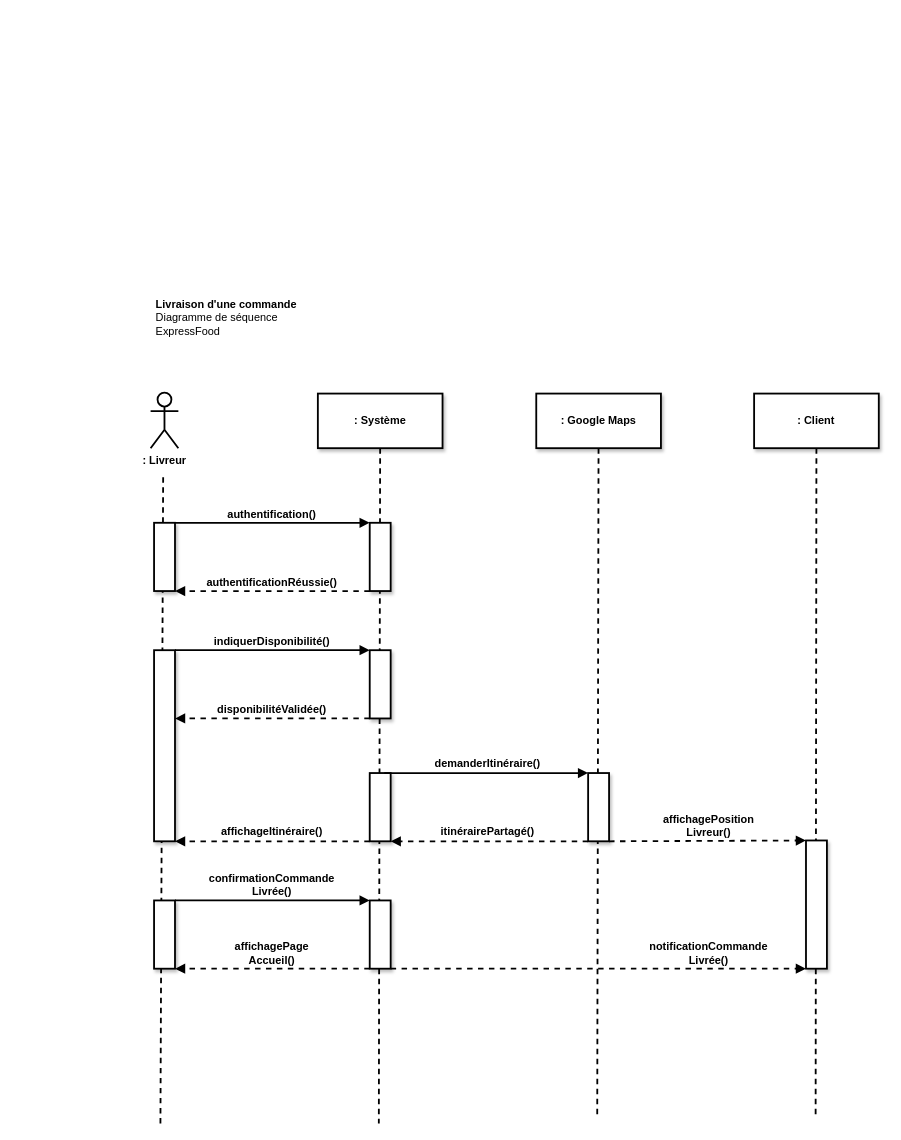
FlorianJourde/OpenClassrooms-3-Design-the-technical-solution-for-an-online-restaurant-application-ExpressFood keeps this draw.io diagram as page "Diagramme de séquence - Création d'une commande" (7 of 7) of P4_jourde_florian/P4_01_schémaUML/ExpressFood - Domain Driven Design.drawio. Above is the earlier version. Source tidied: cells renumbered, new cells numbered last; positions are measured from the earlier drawing's top-left corner, leaving out a move shared by most shapes. Both pictures are drawn from the tidied source at 91%, with x=0, y=0 at pixel (150, 295).
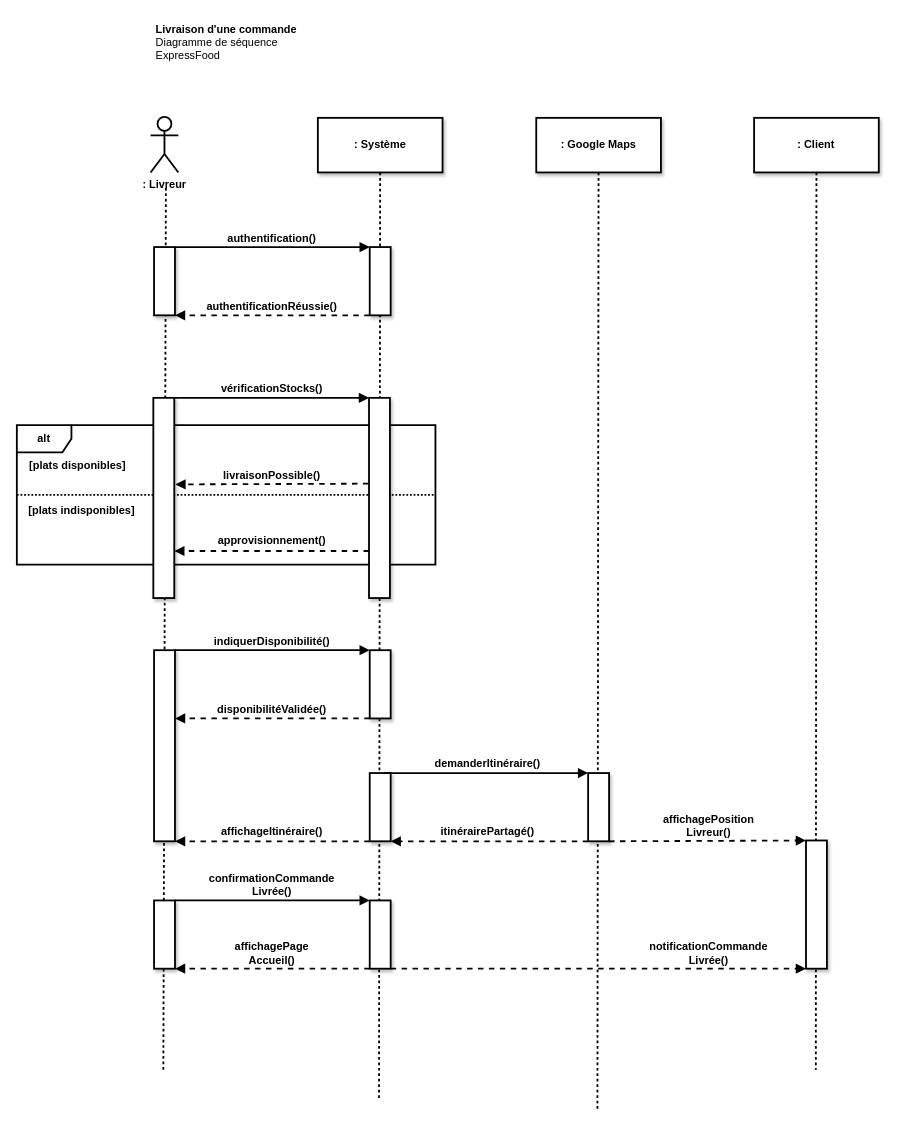
The same diagram, later.

Diff of the diagram source:
```diff
@@
+    <mxCell id="42" style="group;" parent="1" vertex="1">
+      <mxGeometry x="-147" y="142.7" width="460" height="153.3" as="geometry" />
+    </mxCell>
+    <mxCell id="43" value="&lt;b&gt;alt&lt;/b&gt;" style="shape=umlFrame;whiteSpace=wrap;html=1;strokeWidth=2;fillColor=none;" parent="42" vertex="1">
+      <mxGeometry width="460" height="153.3" as="geometry" />
+    </mxCell>
+    <mxCell id="44" style="line;strokeWidth=2;fillColor=none;align=left;verticalAlign=middle;spacingTop=-1;spacingLeft=3;spacingRight=3;labelPosition=right;dashed=1;dashPattern=1 1;" parent="42" vertex="1">
+      <mxGeometry y="73.1" width="460" height="7.2" as="geometry" />
+    </mxCell>
-    <mxCell id="2" style="html=1;jettySize=18;whiteSpace=wrap;fontSize=12;dashed=1;fixDash=1;dashPattern=6 5;strokeWidth=2;arcSize=12;startArrow=none;endArrow=none;rounded=0;" parent="1" edge="1" source="6">
+    <mxCell id="2" style="html=1;jettySize=18;whiteSpace=wrap;fontSize=12;dashed=1;fixDash=1;strokeWidth=2;arcSize=12;startArrow=none;endArrow=none;rounded=0;" parent="1" edge="1" source="6">
       <mxGeometry relative="1" as="geometry">
-        <mxPoint x="250.8" y="910" as="targetPoint" />
+        <mxPoint x="251" y="882" as="targetPoint" />
       </mxGeometry>
     </mxCell>
-    <mxCell id="3" style="html=1;jettySize=18;whiteSpace=wrap;fontSize=12;dashed=1;fixDash=1;dashPattern=6 5;strokeWidth=2;arcSize=12;startArrow=none;endArrow=none;rounded=0;" parent="1" edge="1">
+    <mxCell id="3" style="html=1;jettySize=18;whiteSpace=wrap;fontSize=12;dashed=1;fixDash=1;strokeWidth=2;arcSize=12;startArrow=none;endArrow=none;rounded=0;" parent="1" edge="1">
       <mxGeometry relative="1" as="geometry">
-        <mxPoint x="13.8" y="200" as="sourcePoint" />
-        <mxPoint x="10.8" y="910" as="targetPoint" />
+        <mxPoint x="16.8" y="-118" as="sourcePoint" />
+        <mxPoint x="14" y="851" as="targetPoint" />
       </mxGeometry>
     </mxCell>
-    <mxCell id="4" style="html=1;jettySize=18;whiteSpace=wrap;fontSize=12;dashed=1;fixDash=1;dashPattern=6 5;strokeWidth=2;rounded=1;arcSize=12;startArrow=none;endArrow=none;" parent="1" edge="1" source="10">
+    <mxCell id="4" style="html=1;jettySize=18;whiteSpace=wrap;fontSize=12;dashed=1;fixDash=1;strokeWidth=2;rounded=1;arcSize=12;startArrow=none;endArrow=none;" parent="1" edge="1" source="10">
       <mxGeometry relative="1" as="geometry">
-        <mxPoint x="490.8" y="900" as="targetPoint" />
+        <mxPoint x="491" y="896" as="targetPoint" />
       </mxGeometry>
     </mxCell>
-    <mxCell id="5" style="html=1;jettySize=18;whiteSpace=wrap;fontSize=12;dashed=1;fixDash=1;dashPattern=6 5;strokeWidth=2;rounded=1;arcSize=12;startArrow=none;endArrow=none;" parent="1" edge="1" source="12">
+    <mxCell id="5" style="html=1;jettySize=18;whiteSpace=wrap;fontSize=12;dashed=1;fixDash=1;strokeWidth=2;rounded=1;arcSize=12;startArrow=none;endArrow=none;" parent="1" edge="1" source="12">
       <mxGeometry relative="1" as="geometry">
-        <mxPoint x="730.8" y="900" as="targetPoint" />
+        <mxPoint x="731" y="851" as="targetPoint" />
       </mxGeometry>
     </mxCell>
     <mxCell id="6" value=": Système" style="html=1;overflow=block;blockSpacing=1;whiteSpace=wrap;fontSize=12;spacing=20;strokeOpacity=100;fillOpacity=100;rounded=0;absoluteArcSize=1;arcSize=9;strokeWidth=2;shadow=1;fontStyle=1;spacingTop=0;align=center;verticalAlign=middle;" parent="1" vertex="1">
-      <mxGeometry x="183.8" y="108" width="137" height="60" as="geometry" />
+      <mxGeometry x="183.8" y="-195" width="137" height="60" as="geometry" />
     </mxCell>
@@
     <mxCell id="10" value=": Google Maps" style="html=1;overflow=block;blockSpacing=1;whiteSpace=wrap;fontSize=12;spacing=20;strokeOpacity=100;fillOpacity=100;rounded=0;absoluteArcSize=1;arcSize=9;strokeWidth=2;shadow=1;fontStyle=1;spacingTop=0;align=center;verticalAlign=middle;" parent="1" vertex="1">
-      <mxGeometry x="423.8" y="108" width="137" height="60" as="geometry" />
+      <mxGeometry x="423.8" y="-195" width="137" height="60" as="geometry" />
     </mxCell>
     <mxCell id="11" value="&lt;b&gt;: Livreur&lt;/b&gt;" style="shape=umlActor;verticalLabelPosition=bottom;verticalAlign=top;html=1;strokeWidth=2;" parent="1" vertex="1">
-      <mxGeometry y="107" width="30.5" height="61" as="geometry" />
+      <mxGeometry y="-196" width="30.5" height="61" as="geometry" />
     </mxCell>
     <mxCell id="12" value=": Client" style="html=1;overflow=block;blockSpacing=1;whiteSpace=wrap;fontSize=12;spacing=20;strokeOpacity=100;fillOpacity=100;rounded=0;absoluteArcSize=1;arcSize=9;strokeWidth=2;shadow=1;fontStyle=1;spacingTop=0;align=center;verticalAlign=middle;" parent="1" vertex="1">
-      <mxGeometry x="663.2" y="108" width="137" height="60" as="geometry" />
+      <mxGeometry x="663.2" y="-195" width="137" height="60" as="geometry" />
     </mxCell>
@@
     <mxCell id="16" style="html=1;overflow=block;blockSpacing=1;whiteSpace=wrap;fontSize=12;spacing=9;strokeOpacity=100;fillOpacity=100;rounded=0;absoluteArcSize=1;arcSize=9;strokeWidth=2;shadow=1;" parent="1" vertex="1">
-      <mxGeometry x="3.8" y="250" width="23" height="75" as="geometry" />
+      <mxGeometry x="3.8" y="-53" width="23" height="75" as="geometry" />
     </mxCell>
     <mxCell id="17" style="html=1;jettySize=18;whiteSpace=wrap;fontSize=12;strokeWidth=2;arcSize=12;edgeStyle=orthogonalEdgeStyle;startArrow=none;endArrow=block;endFill=1;entryX=0;entryY=0;entryDx=0;entryDy=0;exitX=1;exitY=0;exitDx=0;exitDy=0;rounded=0;" parent="1" edge="1" source="16" target="19">
       <mxGeometry relative="1" as="geometry">
         <Array as="points">
-          <mxPoint x="103.8" y="250" />
-          <mxPoint x="103.8" y="250" />
+          <mxPoint x="103.8" y="-53" />
+          <mxPoint x="103.8" y="-53" />
         </Array>
       </mxGeometry>
     </mxCell>
     <mxCell id="18" value="authentification()" style="html=1;overflow=block;blockSpacing=1;whiteSpace=wrap;fontSize=12;align=center;spacing=3.8;verticalAlign=bottom;strokeOpacity=0;fillOpacity=0;rounded=1;absoluteArcSize=1;arcSize=9;strokeWidth=2;fontStyle=1;" parent="1" vertex="1">
-      <mxGeometry x="49.3" y="225" width="169" height="25" as="geometry" />
+      <mxGeometry x="49.3" y="-78" width="169" height="25" as="geometry" />
     </mxCell>
     <mxCell id="19" style="html=1;overflow=block;blockSpacing=1;whiteSpace=wrap;fontSize=12;spacing=9;strokeOpacity=100;fillOpacity=100;rounded=0;absoluteArcSize=1;arcSize=9;strokeWidth=2;shadow=1;" parent="1" vertex="1">
-      <mxGeometry x="240.8" y="250" width="23" height="75" as="geometry" />
+      <mxGeometry x="240.8" y="-53" width="23" height="75" as="geometry" />
     </mxCell>
     <mxCell id="20" style="html=1;jettySize=18;whiteSpace=wrap;fontSize=12;strokeWidth=2;arcSize=12;edgeStyle=orthogonalEdgeStyle;startArrow=none;endArrow=block;endFill=1;exitX=0;exitY=1;exitDx=0;exitDy=0;dashed=1;entryX=1;entryY=1;entryDx=0;entryDy=0;rounded=0;" parent="1" edge="1" source="19" target="16">
       <mxGeometry relative="1" as="geometry">
         <Array as="points">
-          <mxPoint x="123.8" y="325" />
-          <mxPoint x="123.8" y="325" />
+          <mxPoint x="123.8" y="22" />
+          <mxPoint x="123.8" y="22" />
         </Array>
       </mxGeometry>
     </mxCell>
     <mxCell id="21" value="authentificationRéussie()" style="html=1;overflow=block;blockSpacing=1;whiteSpace=wrap;fontSize=12;align=center;spacing=3.8;verticalAlign=bottom;strokeOpacity=0;fillOpacity=0;rounded=1;absoluteArcSize=1;arcSize=9;strokeWidth=2;fontStyle=1;" parent="1" vertex="1">
-      <mxGeometry x="49.3" y="300" width="169" height="25" as="geometry" />
+      <mxGeometry x="49.3" y="-3" width="169" height="25" as="geometry" />
     </mxCell>
     <mxCell id="22" value="&lt;b&gt;Livraison d'une commande&lt;/b&gt;&lt;br&gt;Diagramme de séquence&lt;br&gt;ExpressFood" style="text;strokeColor=none;fillColor=none;align=left;verticalAlign=middle;spacingLeft=4;spacingRight=4;overflow=hidden;shadow=1;labelBackgroundColor=none;labelBorderColor=none;fontSize=12;fontColor=#000000;html=1;" parent="1" vertex="1">
-      <mxGeometry width="180" height="50" as="geometry" />
+      <mxGeometry y="-303" width="180" height="50" as="geometry" />
     </mxCell>
@@
+    <mxCell id="45" style="html=1;jettySize=18;whiteSpace=wrap;fontSize=12;strokeWidth=2;arcSize=12;startArrow=none;endArrow=block;endFill=1;dashed=1;entryX=1;entryY=0.75;entryDx=0;entryDy=0;rounded=0;exitX=0;exitY=0.75;exitDx=0;exitDy=0;" parent="1" edge="1">
+      <mxGeometry relative="1" as="geometry">
+        <mxPoint x="240" y="281" as="sourcePoint" />
+        <mxPoint x="26" y="281" as="targetPoint" />
+      </mxGeometry>
+    </mxCell>
+    <mxCell id="46" style="html=1;overflow=block;blockSpacing=1;whiteSpace=wrap;fontSize=12;spacing=9;strokeOpacity=100;fillOpacity=100;rounded=0;absoluteArcSize=1;arcSize=9;strokeWidth=2;shadow=1;" parent="1" vertex="1">
+      <mxGeometry x="3" y="112.7" width="23" height="220" as="geometry" />
+    </mxCell>
+    <mxCell id="47" style="html=1;overflow=block;blockSpacing=1;whiteSpace=wrap;fontSize=12;spacing=9;strokeOpacity=100;fillOpacity=100;rounded=0;absoluteArcSize=1;arcSize=9;strokeWidth=2;shadow=1;" parent="1" vertex="1">
+      <mxGeometry x="240" y="112.7" width="23" height="220" as="geometry" />
+    </mxCell>
+    <mxCell id="48" style="html=1;jettySize=18;whiteSpace=wrap;fontSize=12;strokeWidth=2;arcSize=12;startArrow=none;endArrow=block;endFill=1;entryX=0;entryY=0;entryDx=0;entryDy=0;exitX=1;exitY=0;exitDx=0;exitDy=0;rounded=0;" parent="1" edge="1" source="46" target="47">
+      <mxGeometry relative="1" as="geometry" />
+    </mxCell>
+    <mxCell id="49" value="vérificationStocks()" style="html=1;overflow=block;blockSpacing=1;whiteSpace=wrap;fontSize=12;align=center;spacing=3.8;verticalAlign=bottom;strokeOpacity=0;fillOpacity=0;rounded=1;absoluteArcSize=1;arcSize=9;strokeWidth=2;fontStyle=1;" parent="1" vertex="1">
+      <mxGeometry x="48.5" y="87" width="169" height="25" as="geometry" />
+    </mxCell>
+    <mxCell id="50" style="html=1;jettySize=18;whiteSpace=wrap;fontSize=12;strokeWidth=2;arcSize=12;startArrow=none;endArrow=block;endFill=1;dashed=1;rounded=0;entryX=1.056;entryY=0.414;entryDx=0;entryDy=0;entryPerimeter=0;exitX=-0.029;exitY=0.474;exitDx=0;exitDy=0;exitPerimeter=0;" parent="1" edge="1">
+      <mxGeometry relative="1" as="geometry">
+        <mxPoint x="239.3" y="207" as="sourcePoint" />
+        <mxPoint x="27.3" y="207.8" as="targetPoint" />
+      </mxGeometry>
+    </mxCell>
+    <mxCell id="51" value="[plats indisponibles]" style="html=1;overflow=block;blockSpacing=1;whiteSpace=wrap;fontSize=12;align=center;spacing=3.8;verticalAlign=bottom;strokeOpacity=0;fillOpacity=0;rounded=1;absoluteArcSize=1;arcSize=9;strokeWidth=2;fontStyle=1;" parent="1" vertex="1">
+      <mxGeometry x="-137" y="221.5" width="123" height="24.2" as="geometry" />
+    </mxCell>
+    <mxCell id="52" value="[plats disponibles]" style="html=1;overflow=block;blockSpacing=1;whiteSpace=wrap;fontSize=12;align=center;spacing=3.8;verticalAlign=bottom;strokeOpacity=0;fillOpacity=0;rounded=1;absoluteArcSize=1;arcSize=9;strokeWidth=2;fontStyle=1;" parent="1" vertex="1">
+      <mxGeometry x="-137" y="171.7" width="114" height="24.2" as="geometry" />
+    </mxCell>
+    <mxCell id="53" value="approvisionnement()" style="html=1;overflow=block;blockSpacing=1;whiteSpace=wrap;fontSize=12;align=center;spacing=3.8;verticalAlign=bottom;strokeOpacity=0;fillOpacity=0;rounded=1;absoluteArcSize=1;arcSize=9;strokeWidth=2;fontStyle=1;" parent="1" vertex="1">
+      <mxGeometry x="54" y="248.3" width="158.7" height="31.1" as="geometry" />
+    </mxCell>
+    <mxCell id="54" value="livraisonPossible()" style="html=1;overflow=block;blockSpacing=1;whiteSpace=wrap;fontSize=12;align=center;spacing=3.8;verticalAlign=bottom;strokeOpacity=0;fillOpacity=0;rounded=1;absoluteArcSize=1;arcSize=9;strokeWidth=2;fontStyle=1;" parent="1" vertex="1">
+      <mxGeometry x="54" y="176" width="158.7" height="31.1" as="geometry" />
+    </mxCell>
```
